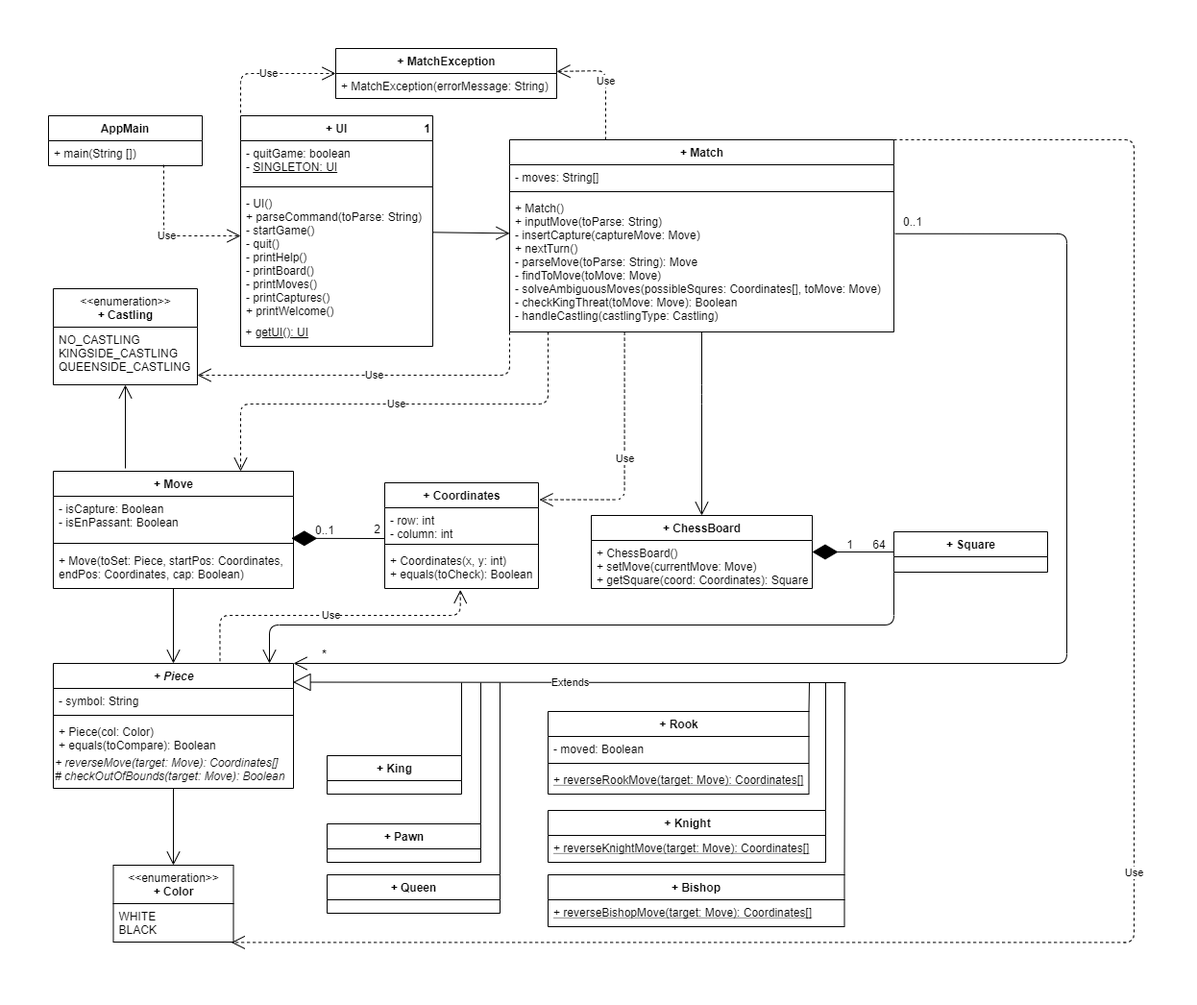
SalvatoreTucci/progetto1920-lecun keeps this draw.io diagram as doc/drawings/diagramma_classi_prospettiva_software.png. Above is the earlier version. Source tidied: cells renumbered, new cells last; positions are measured from the earlier drawing's top-left corner, leaving out a move shared by most shapes.
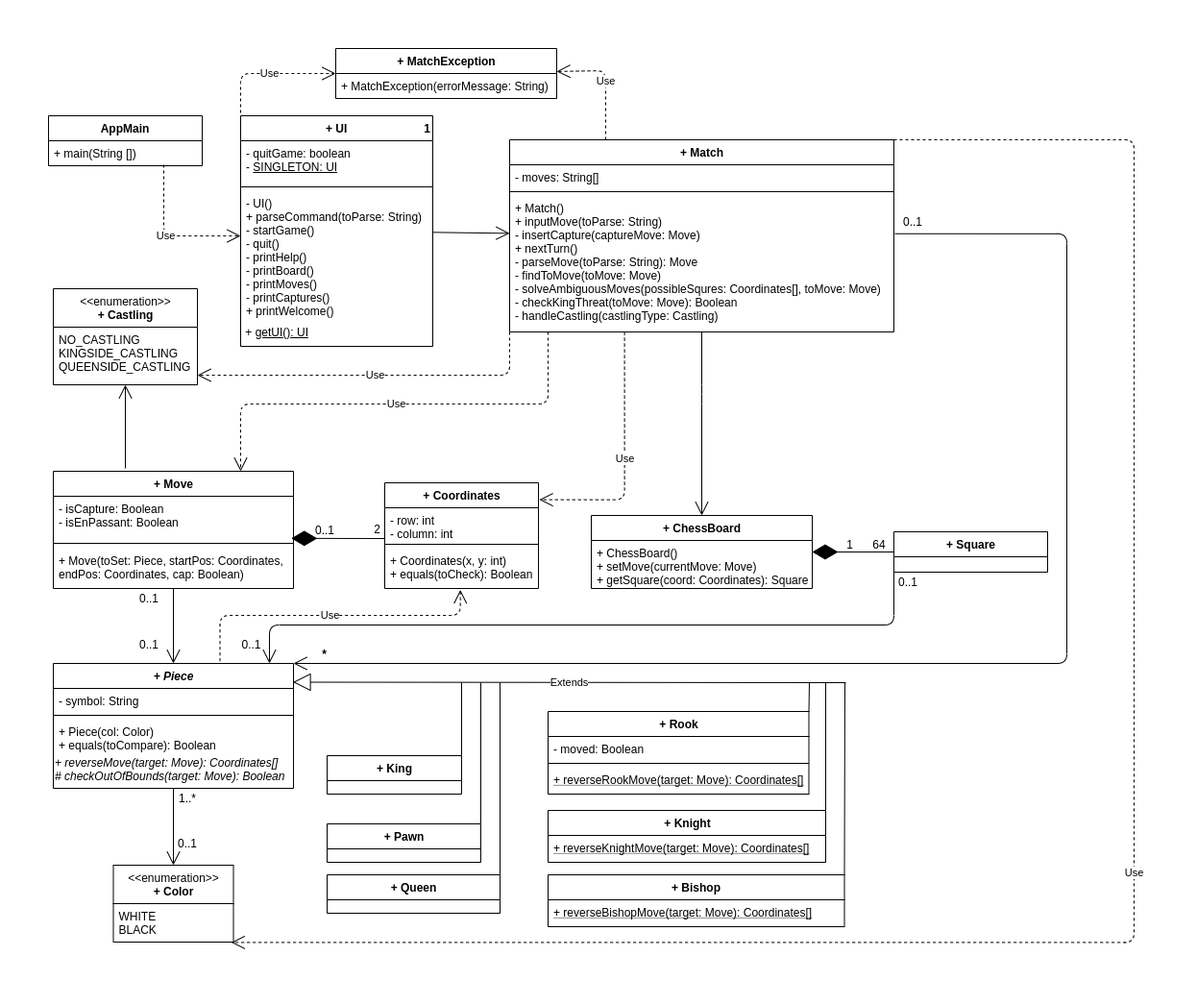
The same diagram one commit later.

Commit message:
Aggiungi numerosita' a delle associazioni fra classi

The edit, as a diff of the source:
```diff
@@ -290,5 +290,23 @@
         </Array>
       </mxGeometry>
     </mxCell>
+    <mxCell id="76" value="0..1" style="text;html=1;strokeColor=none;fillColor=none;align=center;verticalAlign=middle;whiteSpace=wrap;rounded=0;" parent="1" vertex="1">
+      <mxGeometry x="200" y="610" width="23" height="20" as="geometry" />
+    </mxCell>
+    <mxCell id="77" value="0..1" style="text;html=1;strokeColor=none;fillColor=none;align=center;verticalAlign=middle;whiteSpace=wrap;rounded=0;" parent="1" vertex="1">
+      <mxGeometry x="880" y="545" width="30" height="20" as="geometry" />
+    </mxCell>
+    <mxCell id="78" value="1..*" style="text;html=1;strokeColor=none;fillColor=none;align=center;verticalAlign=middle;whiteSpace=wrap;rounded=0;" parent="1" vertex="1">
+      <mxGeometry x="130" y="770" width="30" height="20" as="geometry" />
+    </mxCell>
+    <mxCell id="79" value="0..1" style="text;html=1;strokeColor=none;fillColor=none;align=center;verticalAlign=middle;whiteSpace=wrap;rounded=0;" parent="1" vertex="1">
+      <mxGeometry x="135" y="817" width="20" height="20" as="geometry" />
+    </mxCell>
+    <mxCell id="80" value="0..1" style="text;html=1;strokeColor=none;fillColor=none;align=center;verticalAlign=middle;whiteSpace=wrap;rounded=0;" parent="1" vertex="1">
+      <mxGeometry x="90" y="562" width="30" height="20" as="geometry" />
+    </mxCell>
+    <mxCell id="81" value="0..1" style="text;html=1;strokeColor=none;fillColor=none;align=center;verticalAlign=middle;whiteSpace=wrap;rounded=0;" parent="1" vertex="1">
+      <mxGeometry x="90" y="610" width="30" height="20" as="geometry" />
+    </mxCell>
   </root>
 </mxGraphModel>
```
